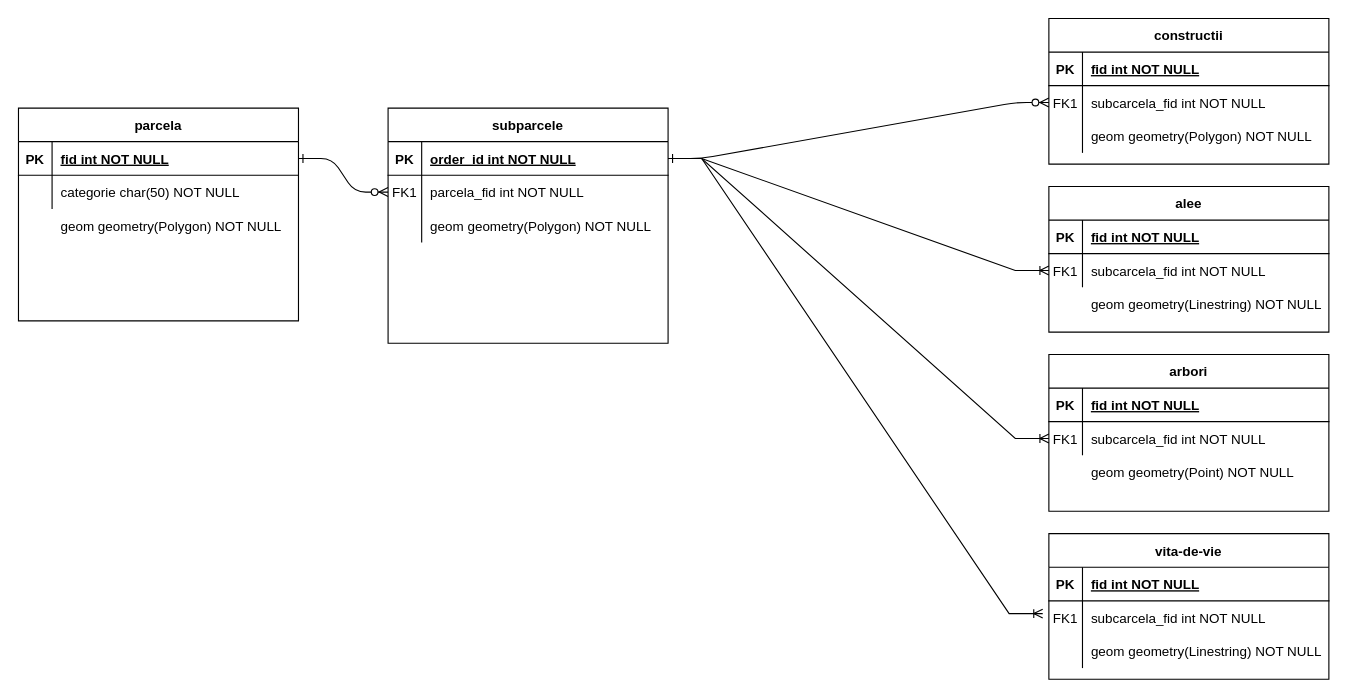
Earlier version of the draw.io diagram Diagramă fără titlu.drawio (MaticA26/ss_db). Source tidied: cells renumbered, new cells numbered last; positions are measured from the earlier drawing's top-left corner, leaving out a move shared by most shapes. Both pictures are drawn from the tidied source at 112%, with x=0, y=0 at pixel (18, 18).
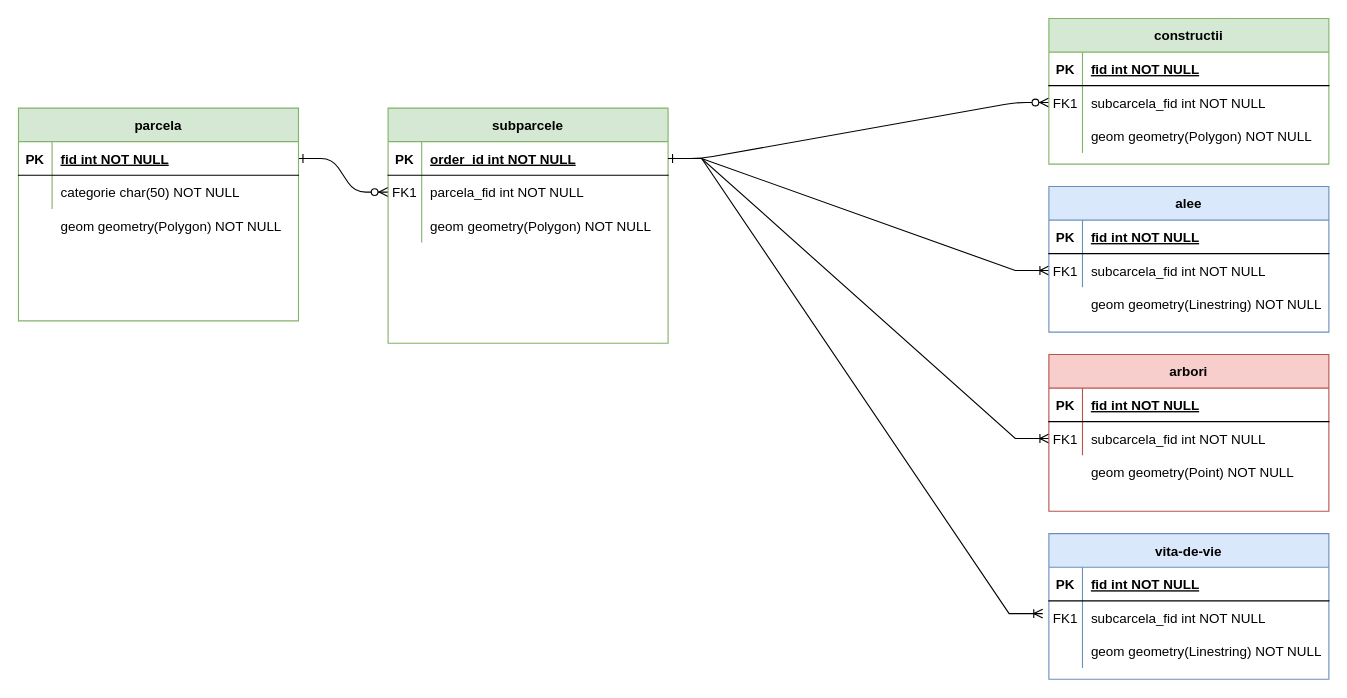
Above is the later version.

What changed in the source:
```diff
@@
-    <mxCell id="4" value="subparcele" style="shape=table;startSize=30;childLayout=tableLayout;rowLines=0;fontStyle=1;align=center;" parent="1" vertex="1">
+    <mxCell id="4" value="subparcele" style="shape=table;startSize=30;childLayout=tableLayout;rowLines=0;fontStyle=1;align=center;fillColor=#d5e8d4;strokeColor=#82b366;" parent="1" vertex="1">
       <mxGeometry x="330" y="80" width="250" height="210" as="geometry" />
     </mxCell>
@@
-    <mxCell id="14" value="constructii" style="shape=table;startSize=30;childLayout=tableLayout;rowLines=0;fontStyle=1;align=center;" parent="1" vertex="1">
+    <mxCell id="14" value="constructii" style="shape=table;startSize=30;childLayout=tableLayout;rowLines=0;fontStyle=1;align=center;fillColor=#d5e8d4;strokeColor=#82b366;" parent="1" vertex="1">
       <mxGeometry x="920" width="250" height="130" as="geometry" />
     </mxCell>
@@
-    <mxCell id="24" value="parcela" style="shape=table;startSize=30;childLayout=tableLayout;rowLines=0;fontStyle=1;align=center;" parent="1" vertex="1">
+    <mxCell id="24" value="parcela" style="shape=table;startSize=30;childLayout=tableLayout;rowLines=0;fontStyle=1;align=center;fillColor=#d5e8d4;strokeColor=#82b366;" parent="1" vertex="1">
       <mxGeometry y="80" width="250" height="190" as="geometry" />
     </mxCell>
@@
-    <mxCell id="33" value="alee" style="shape=table;startSize=30;childLayout=tableLayout;rowLines=0;fontStyle=1;align=center;" parent="1" vertex="1">
+    <mxCell id="33" value="alee" style="shape=table;startSize=30;childLayout=tableLayout;rowLines=0;fontStyle=1;align=center;fillColor=#dae8fc;strokeColor=#6c8ebf;" parent="1" vertex="1">
       <mxGeometry x="920" y="150" width="250" height="130" as="geometry" />
     </mxCell>
@@
-    <mxCell id="40" value="arbori" style="shape=table;startSize=30;childLayout=tableLayout;rowLines=0;fontStyle=1;align=center;" parent="1" vertex="1">
+    <mxCell id="40" value="arbori" style="shape=table;startSize=30;childLayout=tableLayout;rowLines=0;fontStyle=1;align=center;fillColor=#f8cecc;strokeColor=#b85450;" parent="1" vertex="1">
       <mxGeometry x="920" y="300" width="250" height="140" as="geometry" />
     </mxCell>
@@
-    <mxCell id="47" value="vita-de-vie" style="shape=table;startSize=30;childLayout=tableLayout;rowLines=0;fontStyle=1;align=center;" parent="1" vertex="1">
+    <mxCell id="47" value="vita-de-vie" style="shape=table;startSize=30;childLayout=tableLayout;rowLines=0;fontStyle=1;align=center;fillColor=#dae8fc;strokeColor=#6c8ebf;" parent="1" vertex="1">
       <mxGeometry x="920" y="460" width="250" height="130" as="geometry" />
     </mxCell>
```
